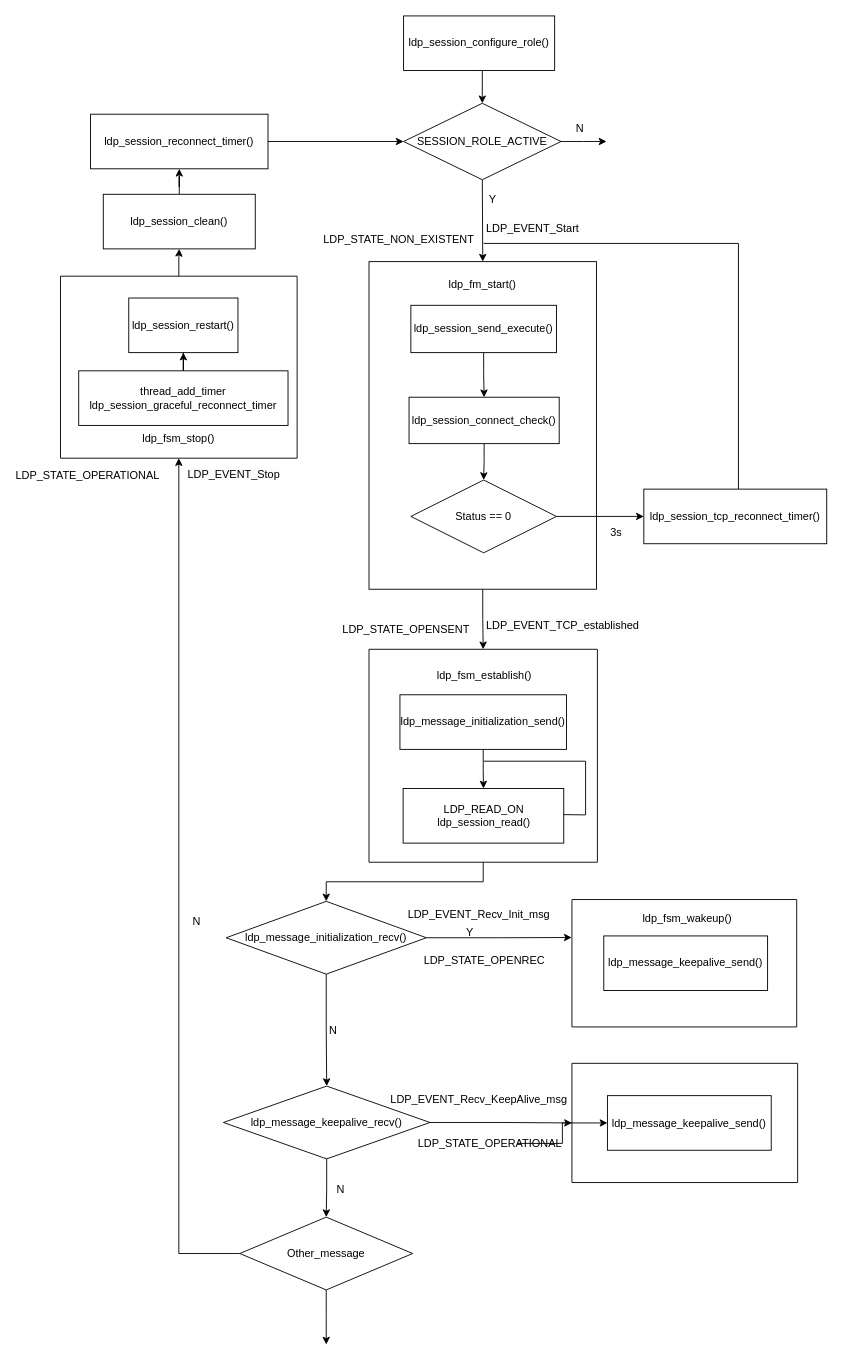
This is lLDP_FSM_Start.drawio from YapphDev/LinkList, a draw.io file, before an edit. Source tidied: cells renumbered, new cells numbered last; positions are measured from the earlier drawing's top-left corner, leaving out a move shared by most shapes. Both pictures are drawn from the tidied source at 91%, with x=0, y=0 at pixel (60, 15).
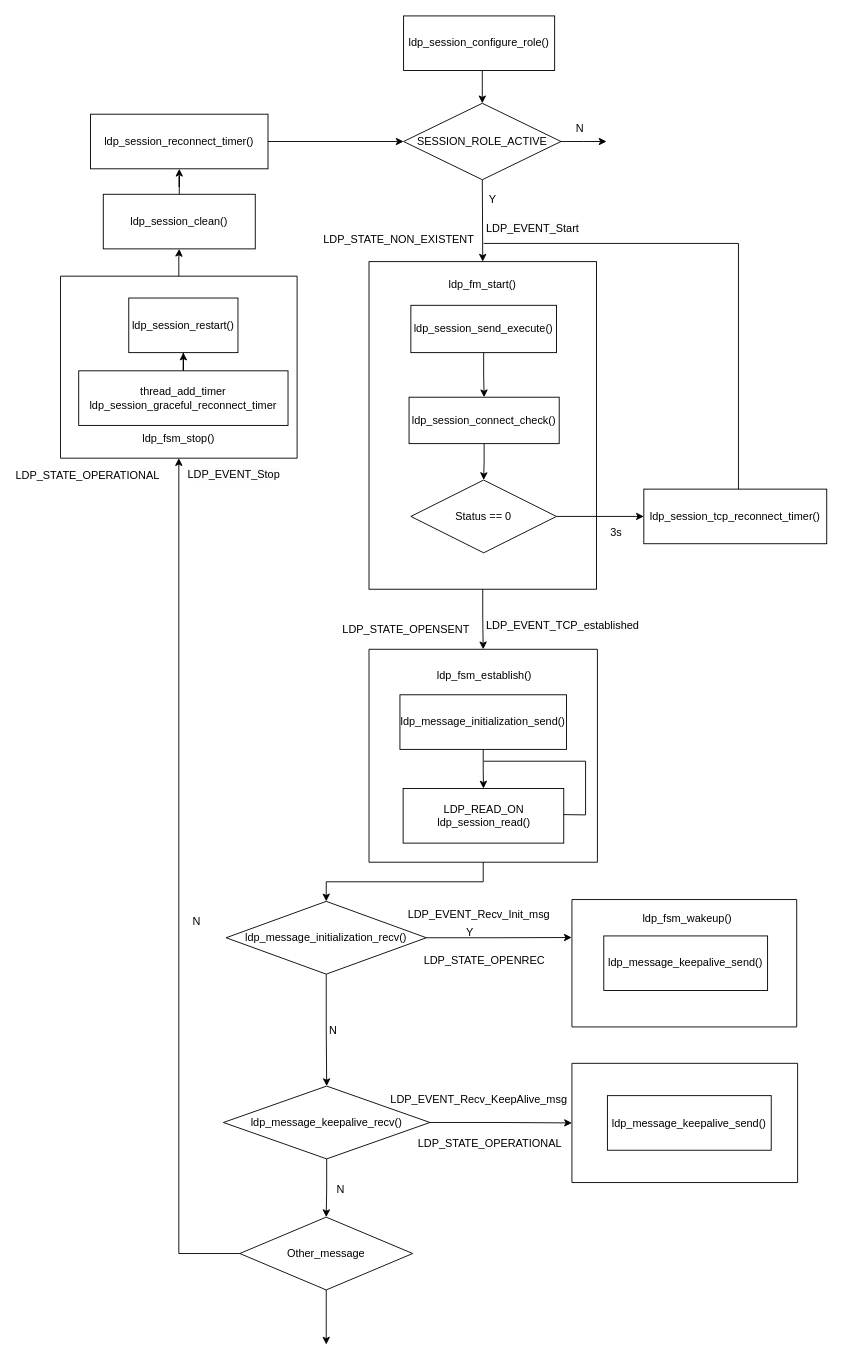
After the change.

Commit message:
Cập nhật LDP_FSM_Start.drawio

The change refers to these unchanged cells:
```xml
<mxCell id="48" value="ldp_message_keepalive_send()" style="rounded=0;whiteSpace=wrap;html=1;" parent="47" vertex="1">
  <mxGeometry x="39" y="35.5" width="180" height="60" as="geometry" />
</mxCell>
<mxCell id="51" value="LDP_STATE_OPERATIONAL" style="text;html=1;strokeColor=none;fillColor=none;align=center;verticalAlign=middle;whiteSpace=wrap;rounded=0;" parent="1" vertex="1">
  <mxGeometry x="442" y="1224" width="60" height="30" as="geometry" />
</mxCell>
```

Change to the diagram source:
```diff
@@
-    <mxCell id="50" style="edgeStyle=orthogonalEdgeStyle;rounded=0;jettySize=auto;html=1;" parent="1" edge="1" source="51" target="48">
-      <mxGeometry relative="1" as="geometry" />
-    </mxCell>
```
